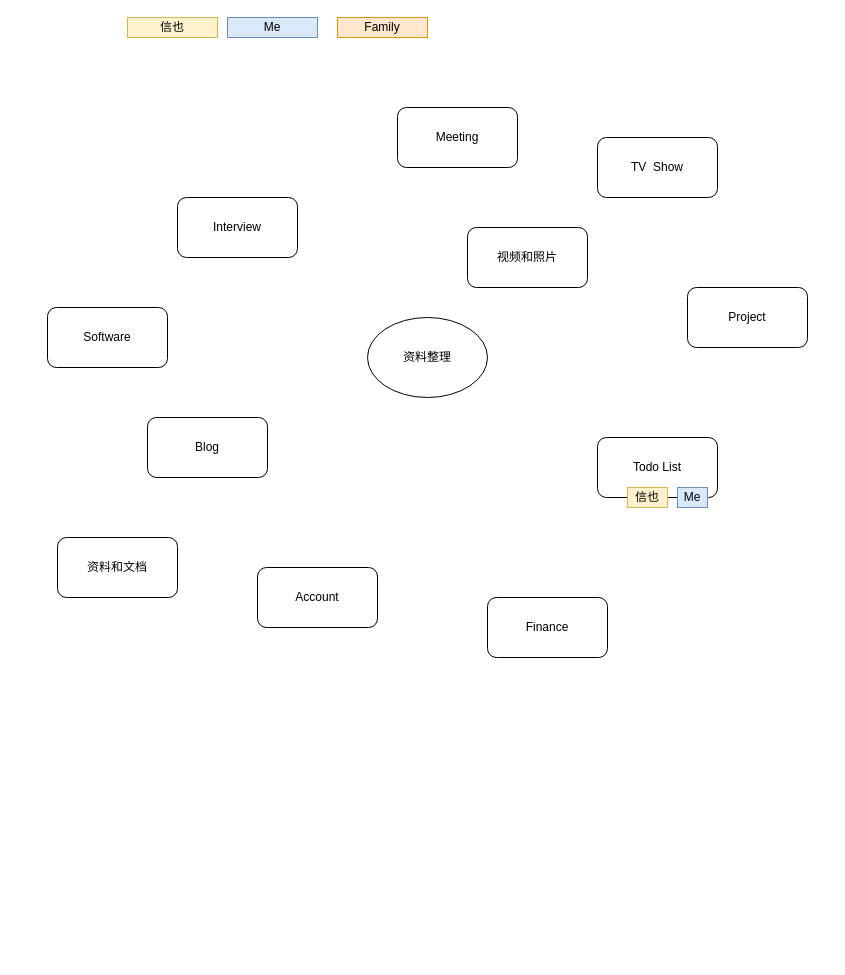
Before: page "资料" (6 of 6) of knowledge-tree.drawio in quboqin/drawio, a draw.io diagram. Source tidied: cells renumbered, new cells numbered last; positions are measured from the earlier drawing's top-left corner, leaving out a move shared by most shapes. Both pictures are drawn from the tidied source at 100%, with x=0, y=0 at pixel (47, 17).
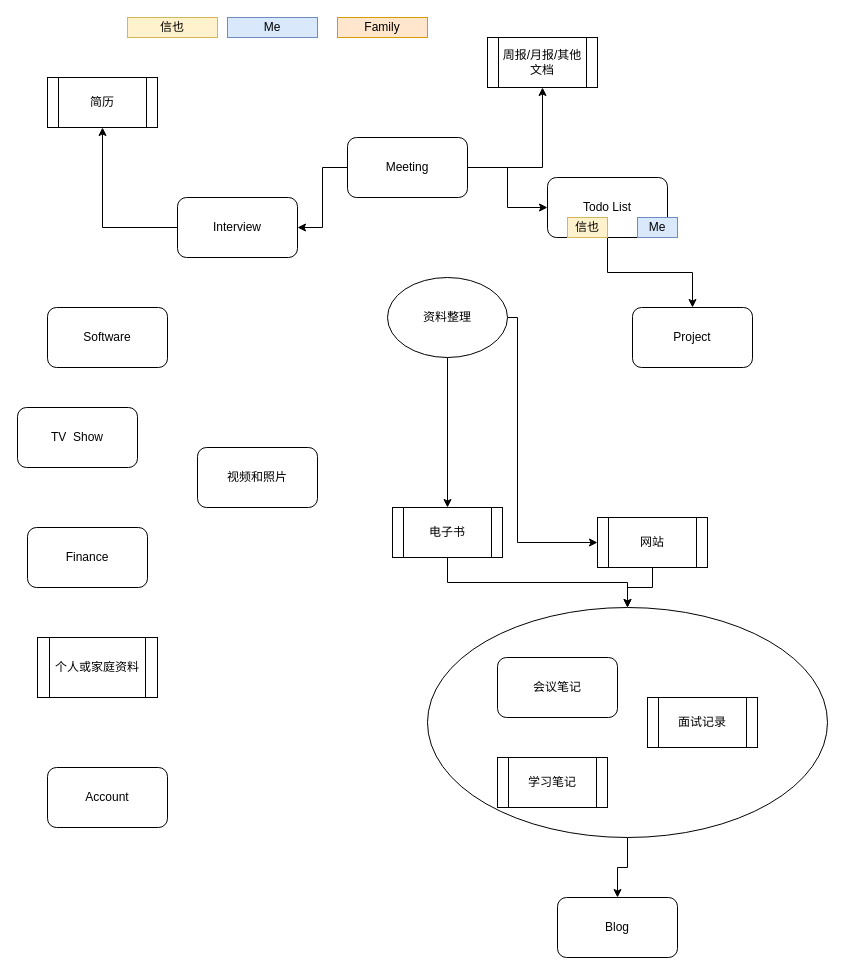
Above is the later version.

Unchanged cells that the change refers to:
```xml
<mxCell id="6" value="Interview" style="rounded=1;whiteSpace=wrap;html=1;" parent="1" vertex="1">
  <mxGeometry x="130" y="180" width="120" height="60" as="geometry" />
</mxCell>
```

What changed in the source:
```diff
@@
+    <mxCell id="19" style="edgeStyle=orthogonalEdgeStyle;rounded=0;jettySize=auto;html=1;" parent="1" edge="1" source="20" target="7">
+      <mxGeometry relative="1" as="geometry" />
+    </mxCell>
+    <mxCell id="20" style="ellipse;whiteSpace=wrap;html=1;" parent="1" vertex="1">
+      <mxGeometry x="380" y="590" width="400" height="230" as="geometry" />
+    </mxCell>
+    <mxCell id="21" style="edgeStyle=orthogonalEdgeStyle;rounded=0;jettySize=auto;html=1;exitX=0.5;exitY=1;exitDx=0;exitDy=0;entryX=0.5;entryY=0;entryDx=0;entryDy=0;" parent="1" edge="1" source="2" target="33">
+      <mxGeometry relative="1" as="geometry" />
+    </mxCell>
+    <mxCell id="22" style="edgeStyle=orthogonalEdgeStyle;rounded=0;jettySize=auto;html=1;" parent="1" edge="1" source="2" target="31">
+      <mxGeometry relative="1" as="geometry">
+        <Array as="points">
+          <mxPoint x="470" y="300" />
+          <mxPoint x="470" y="525" />
+        </Array>
+      </mxGeometry>
+    </mxCell>
     <mxCell id="2" value="资料整理" style="ellipse;whiteSpace=wrap;html=1;" parent="1" vertex="1">
-      <mxGeometry x="320" y="300" width="120" height="80" as="geometry" />
+      <mxGeometry x="340" y="260" width="120" height="80" as="geometry" />
     </mxCell>
+    <mxCell id="23" style="edgeStyle=orthogonalEdgeStyle;rounded=0;jettySize=auto;html=1;entryX=0.5;entryY=0;entryDx=0;entryDy=0;" parent="1" edge="1" source="3" target="4">
+      <mxGeometry relative="1" as="geometry" />
+    </mxCell>
     <mxCell id="3" value="Todo List" style="rounded=1;whiteSpace=wrap;html=1;" parent="1" vertex="1">
-      <mxGeometry x="550" y="420" width="120" height="60" as="geometry" />
+      <mxGeometry x="500" y="160" width="120" height="60" as="geometry" />
     </mxCell>
     <mxCell id="4" value="Project" style="rounded=1;whiteSpace=wrap;html=1;" parent="1" vertex="1">
-      <mxGeometry x="640" y="270" width="120" height="60" as="geometry" />
+      <mxGeometry x="585" y="290" width="120" height="60" as="geometry" />
     </mxCell>
+    <mxCell id="24" style="edgeStyle=orthogonalEdgeStyle;rounded=0;jettySize=auto;html=1;" parent="1" edge="1" source="5" target="29">
+      <mxGeometry relative="1" as="geometry" />
+    </mxCell>
+    <mxCell id="25" style="edgeStyle=orthogonalEdgeStyle;rounded=0;jettySize=auto;html=1;" parent="1" edge="1" source="5" target="3">
+      <mxGeometry relative="1" as="geometry" />
+    </mxCell>
+    <mxCell id="26" style="edgeStyle=orthogonalEdgeStyle;rounded=0;jettySize=auto;html=1;exitX=0;exitY=0.5;exitDx=0;exitDy=0;" parent="1" edge="1" source="5" target="6">
+      <mxGeometry relative="1" as="geometry" />
+    </mxCell>
     <mxCell id="5" value="Meeting" style="rounded=1;whiteSpace=wrap;html=1;" parent="1" vertex="1">
-      <mxGeometry x="350" y="90" width="120" height="60" as="geometry" />
+      <mxGeometry x="300" y="120" width="120" height="60" as="geometry" />
     </mxCell>
+    <mxCell id="27" style="edgeStyle=orthogonalEdgeStyle;rounded=0;jettySize=auto;html=1;" parent="1" edge="1" source="6" target="28">
+      <mxGeometry relative="1" as="geometry" />
+    </mxCell>
@@
     <mxCell id="7" value="Blog" style="rounded=1;whiteSpace=wrap;html=1;" parent="1" vertex="1">
-      <mxGeometry x="100" y="400" width="120" height="60" as="geometry" />
+      <mxGeometry x="510" y="880" width="120" height="60" as="geometry" />
     </mxCell>
     <mxCell id="8" value="Account" style="rounded=1;whiteSpace=wrap;html=1;" parent="1" vertex="1">
-      <mxGeometry x="210" y="550" width="120" height="60" as="geometry" />
+      <mxGeometry y="750" width="120" height="60" as="geometry" />
     </mxCell>
     <mxCell id="9" value="Finance" style="rounded=1;whiteSpace=wrap;html=1;" parent="1" vertex="1">
-      <mxGeometry x="440" y="580" width="120" height="60" as="geometry" />
+      <mxGeometry x="-20" y="510" width="120" height="60" as="geometry" />
     </mxCell>
     <mxCell id="10" value="TV &amp;nbsp;Show" style="rounded=1;whiteSpace=wrap;html=1;" parent="1" vertex="1">
-      <mxGeometry x="550" y="120" width="120" height="60" as="geometry" />
+      <mxGeometry x="-30" y="390" width="120" height="60" as="geometry" />
     </mxCell>
@@
     <mxCell id="15" value="信也" style="rounded=0;whiteSpace=wrap;html=1;fillColor=#fff2cc;strokeColor=#d6b656;" parent="1" vertex="1">
-      <mxGeometry x="580" y="470" width="40" height="20" as="geometry" />
+      <mxGeometry x="520" y="200" width="40" height="20" as="geometry" />
     </mxCell>
     <mxCell id="16" value="Me" style="rounded=0;whiteSpace=wrap;html=1;fillColor=#dae8fc;strokeColor=#6c8ebf;" parent="1" vertex="1">
-      <mxGeometry x="630" y="470" width="30" height="20" as="geometry" />
+      <mxGeometry x="590" y="200" width="40" height="20" as="geometry" />
     </mxCell>
-    <mxCell id="17" value="资料和文档" style="rounded=1;whiteSpace=wrap;html=1;" parent="1" vertex="1">
-      <mxGeometry x="10" y="520" width="120" height="60" as="geometry" />
+    <mxCell id="17" value="会议笔记" style="rounded=1;whiteSpace=wrap;html=1;" parent="1" vertex="1">
+      <mxGeometry x="450" y="640" width="120" height="60" as="geometry" />
     </mxCell>
     <mxCell id="18" value="视频和照片" style="rounded=1;whiteSpace=wrap;html=1;" parent="1" vertex="1">
-      <mxGeometry x="420" y="210" width="120" height="60" as="geometry" />
+      <mxGeometry x="150" y="430" width="120" height="60" as="geometry" />
     </mxCell>
+    <mxCell id="28" value="简历" style="shape=process;whiteSpace=wrap;html=1;backgroundOutline=1;" parent="1" vertex="1">
+      <mxGeometry y="60" width="110" height="50" as="geometry" />
+    </mxCell>
+    <mxCell id="29" value="周报/月报/其他文档" style="shape=process;whiteSpace=wrap;html=1;backgroundOutline=1;" parent="1" vertex="1">
+      <mxGeometry x="440" y="20" width="110" height="50" as="geometry" />
+    </mxCell>
+    <mxCell id="30" style="edgeStyle=orthogonalEdgeStyle;rounded=0;jettySize=auto;html=1;exitX=0.5;exitY=1;exitDx=0;exitDy=0;" parent="1" edge="1" source="31" target="20">
+      <mxGeometry relative="1" as="geometry" />
+    </mxCell>
+    <mxCell id="31" value="网站" style="shape=process;whiteSpace=wrap;html=1;backgroundOutline=1;" parent="1" vertex="1">
+      <mxGeometry x="550" y="500" width="110" height="50" as="geometry" />
+    </mxCell>
+    <mxCell id="32" style="edgeStyle=orthogonalEdgeStyle;rounded=0;jettySize=auto;html=1;exitX=0.5;exitY=1;exitDx=0;exitDy=0;" parent="1" edge="1" source="33" target="20">
+      <mxGeometry relative="1" as="geometry" />
+    </mxCell>
+    <mxCell id="33" value="电子书" style="shape=process;whiteSpace=wrap;html=1;backgroundOutline=1;" parent="1" vertex="1">
+      <mxGeometry x="345" y="490" width="110" height="50" as="geometry" />
+    </mxCell>
+    <mxCell id="34" value="面试记录" style="shape=process;whiteSpace=wrap;html=1;backgroundOutline=1;" parent="1" vertex="1">
+      <mxGeometry x="600" y="680" width="110" height="50" as="geometry" />
+    </mxCell>
+    <mxCell id="35" value="学习笔记" style="shape=process;whiteSpace=wrap;html=1;backgroundOutline=1;" parent="1" vertex="1">
+      <mxGeometry x="450" y="740" width="110" height="50" as="geometry" />
+    </mxCell>
+    <mxCell id="36" value="个人或家庭资料" style="shape=process;whiteSpace=wrap;html=1;backgroundOutline=1;" parent="1" vertex="1">
+      <mxGeometry x="-10" y="620" width="120" height="60" as="geometry" />
+    </mxCell>
```
